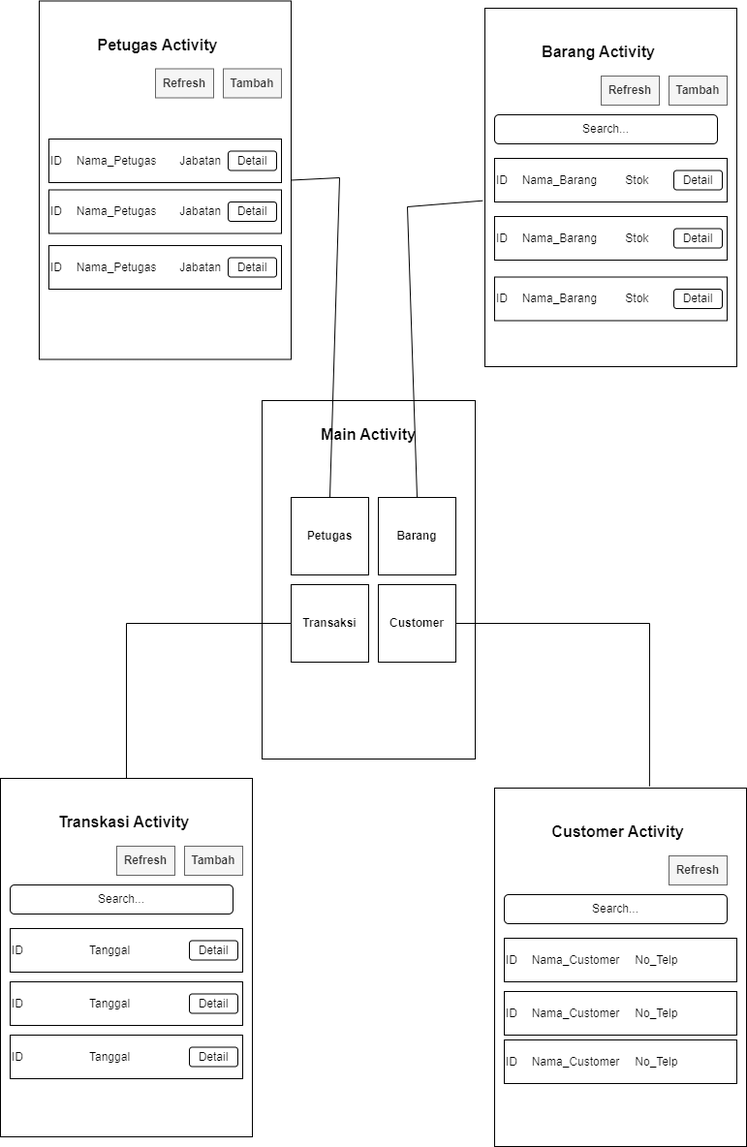
Before: Designactivity.drawio.png, a diagram exported from draw.io (MountZ1/PR_PenjualanHandPhone_ArdiSaputraTIP-21.2). Source tidied: cells renumbered, new cells last; positions are measured from the earlier drawing's top-left corner, leaving out a move shared by most shapes.
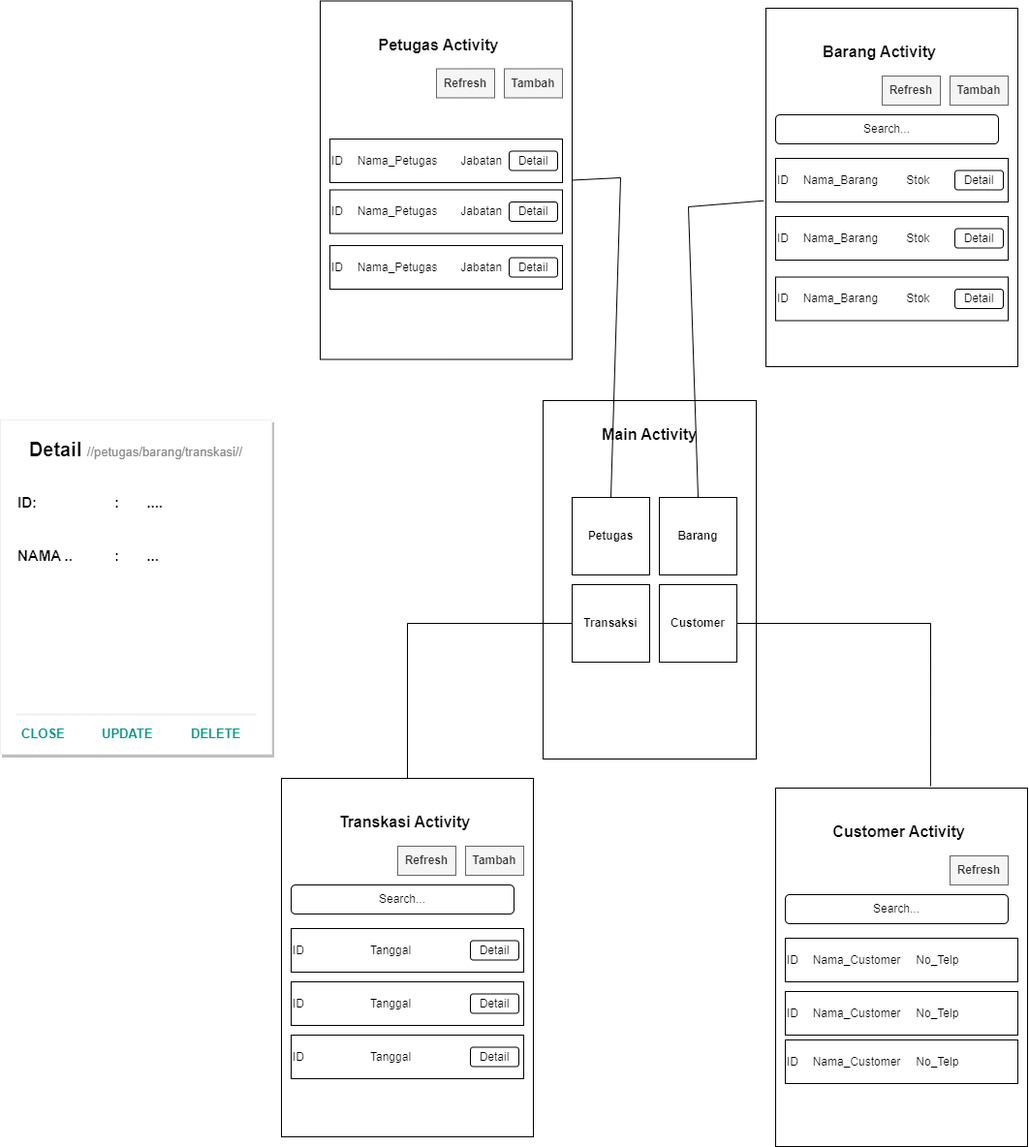
Above is the later version.

The edit, as a diff of the source:
```diff
@@ -188,7 +188,43 @@
     <mxCell id="59" value="Detail" style="rounded=1;whiteSpace=wrap;html=1;" parent="1" vertex="1">
       <mxGeometry x="195" y="1079.5" width="50" height="20" as="geometry" />
     </mxCell>
+    <mxCell id="61" style="dashed=0;shape=rect;fillColor=#ffffff;strokeColor=#eeeeee;shadow=1;fontStyle=1;fontSize=14;align=center;" parent="1" vertex="1">
+      <mxGeometry x="-290" y="432" width="280" height="345" as="geometry" />
+    </mxCell>
+    <mxCell id="62" value="Detail &lt;font color=&quot;#858585&quot; style=&quot;font-size: 13px; font-weight: normal;&quot;&gt;//petugas/barang/transkasi//&lt;/font&gt;" style="text;verticalAlign=middle;spacing=16;fontSize=20;fontStyle=1;whiteSpace=wrap;html=1;align=center;" parent="61" vertex="1">
+      <mxGeometry width="280" height="60" relative="1" as="geometry" />
+    </mxCell>
+    <mxCell id="63" value="ID:&lt;span style=&quot;white-space: pre;&quot;&gt;&#9;&lt;/span&gt;&lt;span style=&quot;white-space: pre;&quot;&gt;&#9;&lt;/span&gt;&lt;span style=&quot;white-space: pre;&quot;&gt;&#9;&lt;/span&gt;:&lt;span style=&quot;white-space: pre;&quot;&gt;&#9;&lt;/span&gt;...." style="text;fontSize=15;spacing=2;spacingLeft=16;fontStyle=1;whiteSpace=wrap;html=1;" parent="61" vertex="1">
+      <mxGeometry width="280" height="30" relative="1" as="geometry">
+        <mxPoint y="70" as="offset" />
+      </mxGeometry>
+    </mxCell>
+    <mxCell id="64" value="NAMA ..&lt;span style=&quot;white-space: pre;&quot;&gt;&#9;&lt;/span&gt;&lt;span style=&quot;white-space: pre;&quot;&gt;&#9;&lt;/span&gt;:&lt;span style=&quot;white-space: pre;&quot;&gt;&#9;&lt;/span&gt;..." style="text;spacingLeft=16;fontSize=15;fontStyle=1;whiteSpace=wrap;html=1;" parent="61" vertex="1">
+      <mxGeometry width="280" height="40" relative="1" as="geometry">
+        <mxPoint y="125" as="offset" />
+      </mxGeometry>
+    </mxCell>
+    <mxCell id="65" style="shape=line;strokeWidth=2;noLabel=1;strokeColor=#eeeeee;" parent="61" vertex="1">
+      <mxGeometry x="0.06" y="1" width="248" height="30" relative="1" as="geometry">
+        <mxPoint y="-56" as="offset" />
+      </mxGeometry>
+    </mxCell>
+    <mxCell id="66" value="CLOSE" style="text;fontSize=13;fontStyle=1;fontColor=#009688;verticalAlign=middle;whiteSpace=wrap;html=1;" parent="61" vertex="1">
+      <mxGeometry x="1" y="1" width="75" height="42" relative="1" as="geometry">
+        <mxPoint x="-260" y="-42" as="offset" />
+      </mxGeometry>
+    </mxCell>
+    <mxCell id="67" value="DELETE" style="text;fontSize=13;fontStyle=1;fontColor=#009688;verticalAlign=middle;whiteSpace=wrap;html=1;" parent="61" vertex="1">
+      <mxGeometry x="1" y="1" width="85" height="42" relative="1" as="geometry">
+        <mxPoint x="-85" y="-42" as="offset" />
+      </mxGeometry>
+    </mxCell>
+    <mxCell id="68" value="UPDATE" style="text;fontSize=13;fontStyle=1;fontColor=#009688;verticalAlign=middle;whiteSpace=wrap;html=1;" parent="61" vertex="1">
+      <mxGeometry x="1" y="1" width="75" height="42" relative="1" as="geometry">
+        <mxPoint x="-177" y="-42" as="offset" />
+      </mxGeometry>
+    </mxCell>
-    <mxCell id="60" style="endArrow=none;html=1;rounded=0;exitX=0.5;exitY=0;exitDx=0;exitDy=0;entryX=0;entryY=0.5;entryDx=0;entryDy=0;" parent="1" edge="1" source="47" target="7">
+    <mxCell id="60" style="endArrow=none;html=1;rounded=0;entryX=0;entryY=0.5;entryDx=0;entryDy=0;exitX=0.5;exitY=0;exitDx=0;exitDy=0;" parent="1" edge="1" source="47" target="7">
       <mxGeometry relative="1" as="geometry">
         <Array as="points">
           <mxPoint x="130" y="642" />
```
